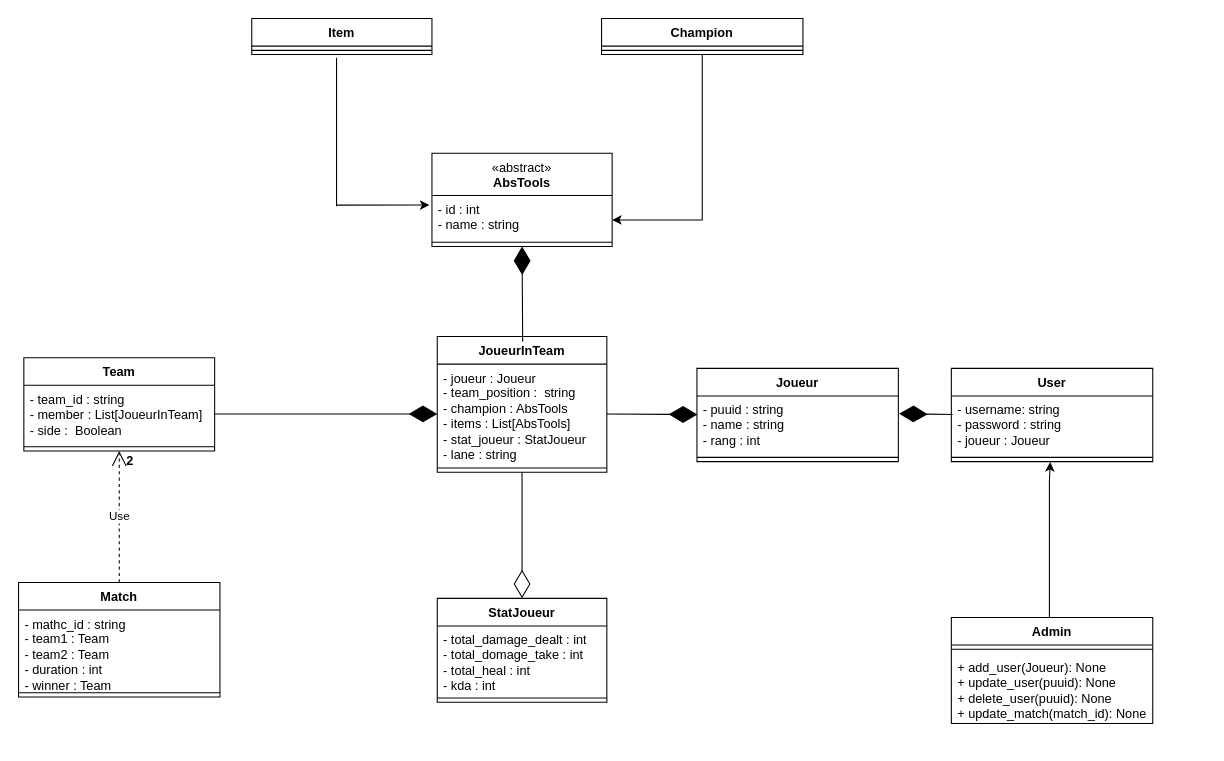
Above: Image Prod/League of legends.drawio in Niyo-D-JC/HelpWork (draw.io), before the change. Source tidied: cells renumbered, new cells numbered last; positions are measured from the earlier drawing's top-left corner, leaving out a move shared by most shapes. Both pictures are drawn from the tidied source at 106%, with x=0, y=0 at pixel (18, 18).
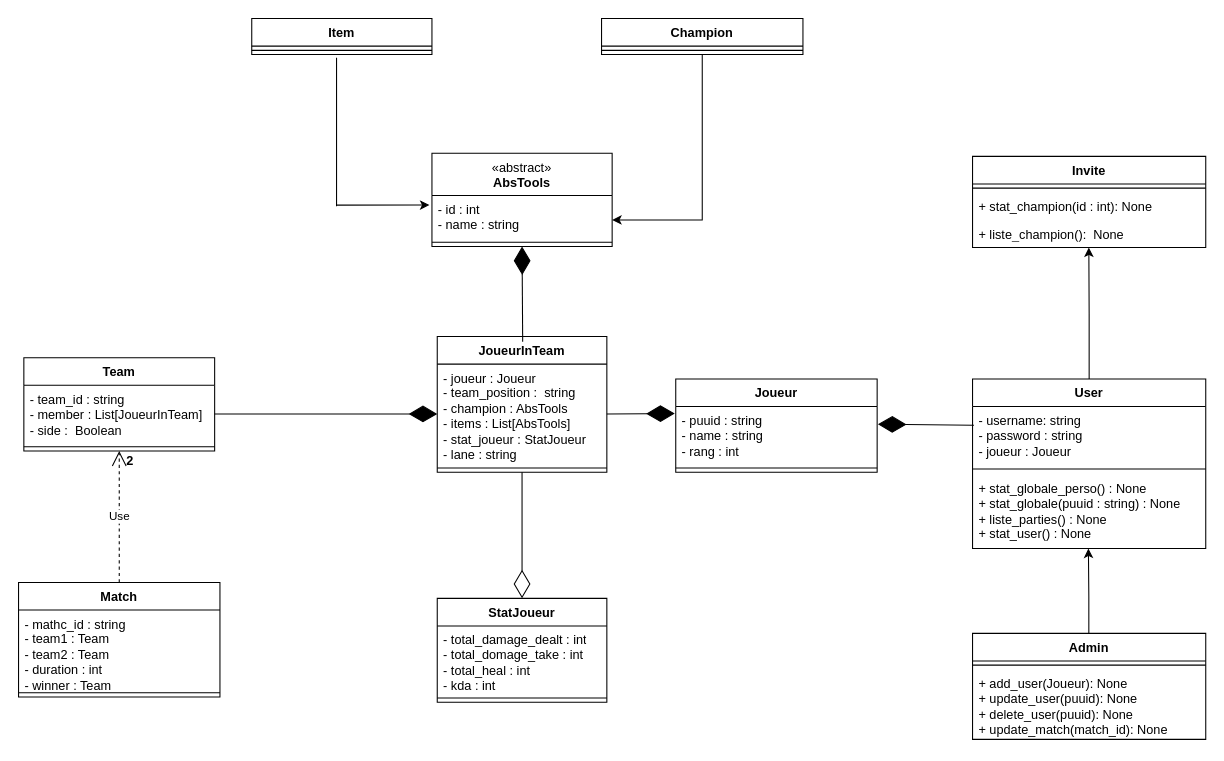
The same page after the edit.

Commit message:
Mettre à jour League of legends.drawio

The change refers to these unchanged cells:
```xml
<mxCell id="6" value="- puuid : string&lt;br&gt;- name : string&lt;span style=&quot;white-space: pre;&quot;&gt;&#9;&lt;/span&gt;&lt;br&gt;- rang : int" style="text;strokeColor=none;fillColor=none;align=left;verticalAlign=top;spacingLeft=4;spacingRight=4;overflow=hidden;points=[[0,0.5],[1,0.5]];portConstraint=eastwest;whiteSpace=wrap;html=1;" parent="5" vertex="1">
  <mxGeometry y="26" width="190" height="54" as="geometry" />
</mxCell>
<mxCell id="13" value="- joueur : Joueur&lt;br&gt;- team_position :&amp;nbsp; string&lt;br&gt;- champion : AbsTools&lt;br&gt;- items : List[AbsTools]&lt;br&gt;- stat_joueur : StatJoueur&lt;br&gt;- lane : string" style="text;strokeColor=none;fillColor=none;align=left;verticalAlign=top;spacingLeft=4;spacingRight=4;overflow=hidden;points=[[0,0.5],[1,0.5]];portConstraint=eastwest;whiteSpace=wrap;html=1;" parent="12" vertex="1">
  <mxGeometry y="26" width="160" height="94" as="geometry" />
</mxCell>
```

The edit, as a diff of the source:
```diff
@@
     <mxCell id="5" value="Joueur" style="swimlane;fontStyle=1;align=center;verticalAlign=top;horizontal=1;startSize=26;whiteSpace=wrap;html=1;" parent="1" vertex="1">
-      <mxGeometry x="640" y="330" width="190" height="88" as="geometry" />
+      <mxGeometry x="620" y="340" width="190" height="88" as="geometry" />
     </mxCell>
@@
-    <mxCell id="8" style="edgeStyle=orthogonalEdgeStyle;rounded=0;jettySize=auto;html=1;entryX=0.491;entryY=1.05;entryDx=0;entryDy=0;entryPerimeter=0;" parent="1" edge="1" target="38">
+    <mxCell id="8" style="edgeStyle=orthogonalEdgeStyle;rounded=0;orthogonalLoop=1;jettySize=auto;html=1;entryX=0.491;entryY=1.05;entryDx=0;entryDy=0;entryPerimeter=0;" parent="1" edge="1">
       <mxGeometry relative="1" as="geometry">
-        <mxPoint x="972.5" y="584" as="sourcePoint" />
+        <mxPoint x="1009.7" y="595.6" as="sourcePoint" />
+        <mxPoint x="1009.3" y="500" as="targetPoint" />
         <Array as="points">
-          <mxPoint x="973" y="437" />
+          <mxPoint x="1009.7" y="545.6" />
+          <mxPoint x="1009.7" y="545.6" />
         </Array>
       </mxGeometry>
     </mxCell>
     <mxCell id="9" value="Admin" style="swimlane;fontStyle=1;align=center;verticalAlign=top;horizontal=1;startSize=26;whiteSpace=wrap;html=1;" parent="1" vertex="1">
-      <mxGeometry x="880" y="565" width="190" height="100" as="geometry" />
+      <mxGeometry x="900" y="580" width="220" height="100" as="geometry" />
     </mxCell>
     <mxCell id="10" style="line;strokeWidth=1;fillColor=none;align=left;verticalAlign=middle;spacingTop=-1;spacingLeft=3;spacingRight=3;labelPosition=right;strokeColor=inherit;" parent="9" vertex="1">
-      <mxGeometry y="26" width="190" height="8" as="geometry" />
+      <mxGeometry y="26" width="220" height="8" as="geometry" />
     </mxCell>
     <mxCell id="11" value="+ add_user(Joueur): None&lt;br&gt;+ update_user(puuid): None&lt;br&gt;+ delete_user(puuid): None&lt;br&gt;+ update_match(match_id): None" style="text;strokeColor=none;fillColor=none;align=left;verticalAlign=top;spacingLeft=4;spacingRight=4;overflow=hidden;whiteSpace=wrap;html=1;" parent="9" vertex="1">
-      <mxGeometry y="34" width="190" height="66" as="geometry" />
+      <mxGeometry y="34" width="220" height="66" as="geometry" />
     </mxCell>
@@
-    <mxCell id="24" style="endArrow=diamondThin;endFill=1;endSize=24;html=1;rounded=0;entryX=0.002;entryY=0.326;entryDx=0;entryDy=0;entryPerimeter=0;exitX=1;exitY=0.5;exitDx=0;exitDy=0;" parent="1" edge="1" source="13" target="6">
+    <mxCell id="24" style="endArrow=diamondThin;endFill=1;endSize=24;html=1;rounded=0;entryX=-0.005;entryY=0.123;entryDx=0;entryDy=0;entryPerimeter=0;exitX=1;exitY=0.5;exitDx=0;exitDy=0;" parent="1" edge="1" source="13" target="6">
       <mxGeometry relative="1" as="geometry" />
     </mxCell>
@@
     <mxCell id="36" value="User" style="swimlane;fontStyle=1;align=center;verticalAlign=top;horizontal=1;startSize=26;whiteSpace=wrap;html=1;" parent="1" vertex="1">
-      <mxGeometry x="880" y="330" width="190" height="88" as="geometry" />
+      <mxGeometry x="900" y="340" width="220" height="160" as="geometry" />
     </mxCell>
     <mxCell id="37" value="- username: string&lt;br&gt;- password : string&lt;br&gt;- joueur : Joueur" style="text;strokeColor=none;fillColor=none;align=left;verticalAlign=top;spacingLeft=4;spacingRight=4;overflow=hidden;points=[[0,0.5],[1,0.5]];portConstraint=eastwest;whiteSpace=wrap;html=1;" parent="36" vertex="1">
-      <mxGeometry y="26" width="190" height="54" as="geometry" />
+      <mxGeometry y="26" width="220" height="54" as="geometry" />
     </mxCell>
     <mxCell id="38" style="line;strokeWidth=1;fillColor=none;align=left;verticalAlign=middle;spacingTop=-1;spacingLeft=3;spacingRight=3;labelPosition=right;points=[];portConstraint=eastwest;strokeColor=inherit;" parent="36" vertex="1">
-      <mxGeometry y="80" width="190" height="8" as="geometry" />
+      <mxGeometry y="80" width="220" height="10" as="geometry" />
     </mxCell>
+    <mxCell id="40" value="+ stat_globale_perso() : None&lt;br style=&quot;border-color: var(--border-color);&quot;&gt;+ stat_globale(puuid : string) : None&lt;br&gt;+ liste_parties() : None&lt;br&gt;+ stat_user() : None" style="text;strokeColor=none;fillColor=none;align=left;verticalAlign=top;spacingLeft=4;spacingRight=4;overflow=hidden;whiteSpace=wrap;html=1;" parent="36" vertex="1">
+      <mxGeometry y="90" width="220" height="70" as="geometry" />
+    </mxCell>
@@
+    <mxCell id="41" style="edgeStyle=orthogonalEdgeStyle;rounded=0;jettySize=auto;html=1;entryX=0.491;entryY=1.05;entryDx=0;entryDy=0;entryPerimeter=0;exitX=0.5;exitY=0;exitDx=0;exitDy=0;" parent="1" edge="1" source="36">
+      <mxGeometry relative="1" as="geometry">
+        <mxPoint x="1009.7" y="216" as="targetPoint" />
+      </mxGeometry>
+    </mxCell>
+    <mxCell id="42" value="Invite" style="swimlane;fontStyle=1;align=center;verticalAlign=top;horizontal=1;startSize=26;whiteSpace=wrap;html=1;" parent="1" vertex="1">
+      <mxGeometry x="900" y="130" width="220" height="86" as="geometry" />
+    </mxCell>
+    <mxCell id="43" style="line;strokeWidth=1;fillColor=none;align=left;verticalAlign=middle;spacingTop=-1;spacingLeft=3;spacingRight=3;labelPosition=right;strokeColor=inherit;" parent="42" vertex="1">
+      <mxGeometry y="26" width="220" height="8" as="geometry" />
+    </mxCell>
+    <mxCell id="44" value="+ stat_champion(id : int): None" style="text;strokeColor=none;fillColor=none;align=left;verticalAlign=top;spacingLeft=4;spacingRight=4;overflow=hidden;whiteSpace=wrap;html=1;" parent="42" vertex="1">
+      <mxGeometry y="34" width="220" height="26" as="geometry" />
+    </mxCell>
+    <mxCell id="45" value="+ liste_champion():&amp;nbsp; None" style="text;strokeColor=none;fillColor=none;align=left;verticalAlign=top;spacingLeft=4;spacingRight=4;overflow=hidden;whiteSpace=wrap;html=1;" parent="42" vertex="1">
+      <mxGeometry y="60" width="220" height="26" as="geometry" />
+    </mxCell>
```
